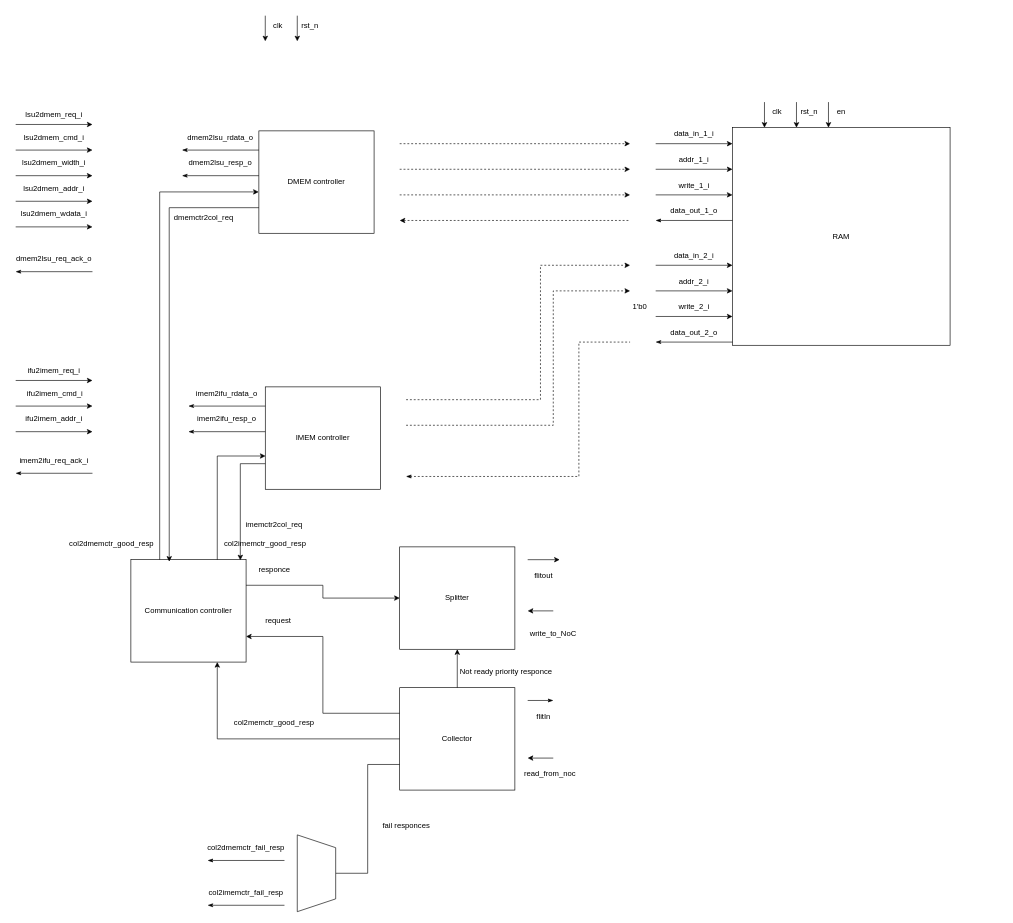
Above: docs/Diagrams.drawio in Elgrush/FPGA-multicore-soft-CPU-with-scr1 (draw.io), before the change. Source tidied: cells renumbered, new cells numbered last; positions are measured from the earlier drawing's top-left corner, leaving out a move shared by most shapes. Both pictures are drawn from the tidied source at 64%, with x=0, y=0 at pixel (15, 15).
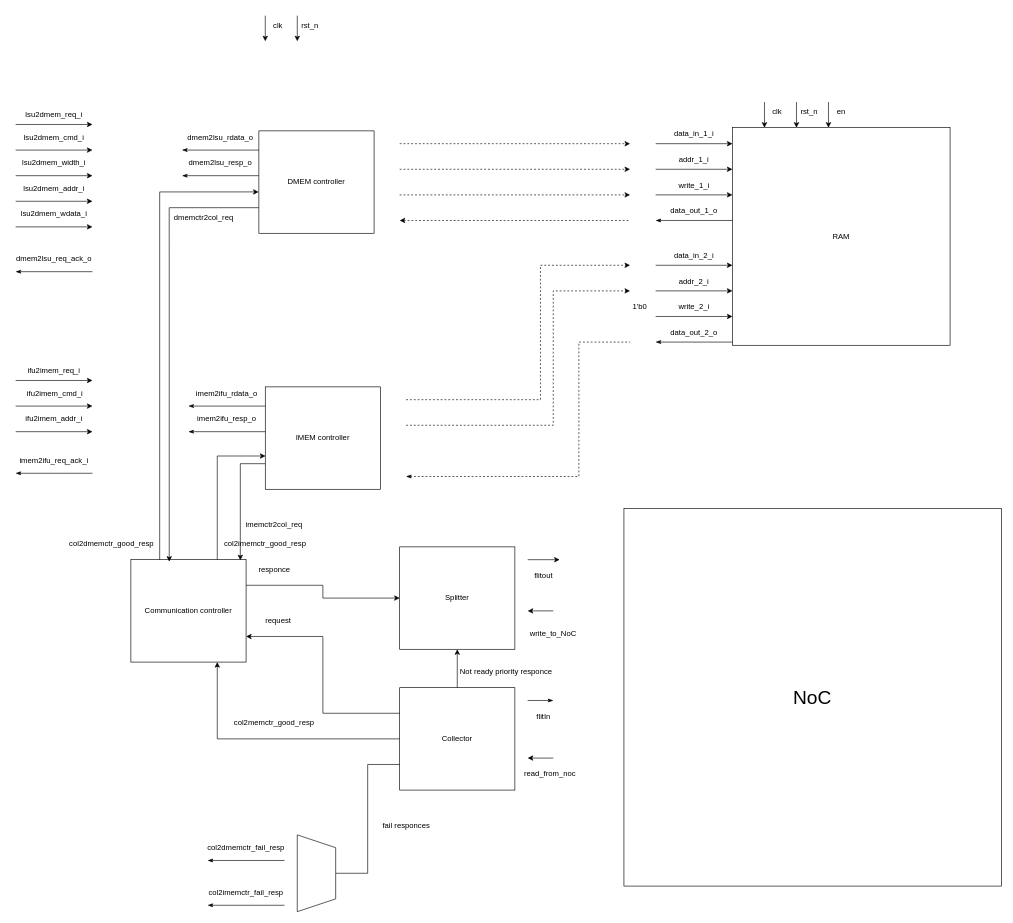
The same page after the edit.

Change to the diagram source:
```diff
@@
+    <mxCell id="126" value="NoC" style="whiteSpace=wrap;html=1;fillColor=none;fontSize=30;" parent="1" vertex="1">
+      <mxGeometry x="950.4" y="770" width="590" height="590" as="geometry" />
+    </mxCell>
```
